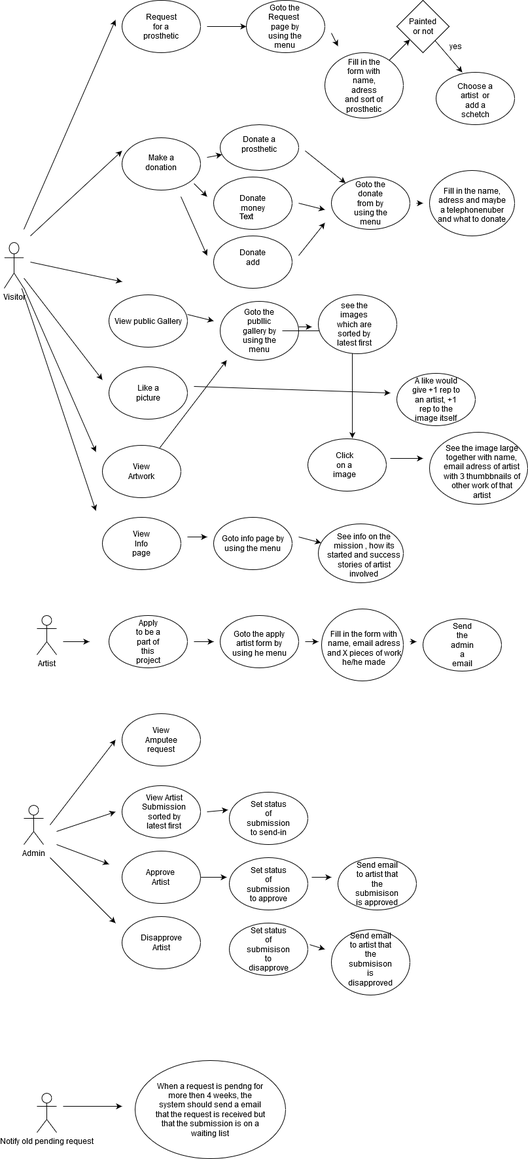
The draw.io diagram Documents/UseCasesWebsite.png in csinn/Painted-Prosthetics, before a commit. Source tidied: cells renumbered, new cells last; positions are measured from the earlier drawing's top-left corner, leaving out a move shared by most shapes.
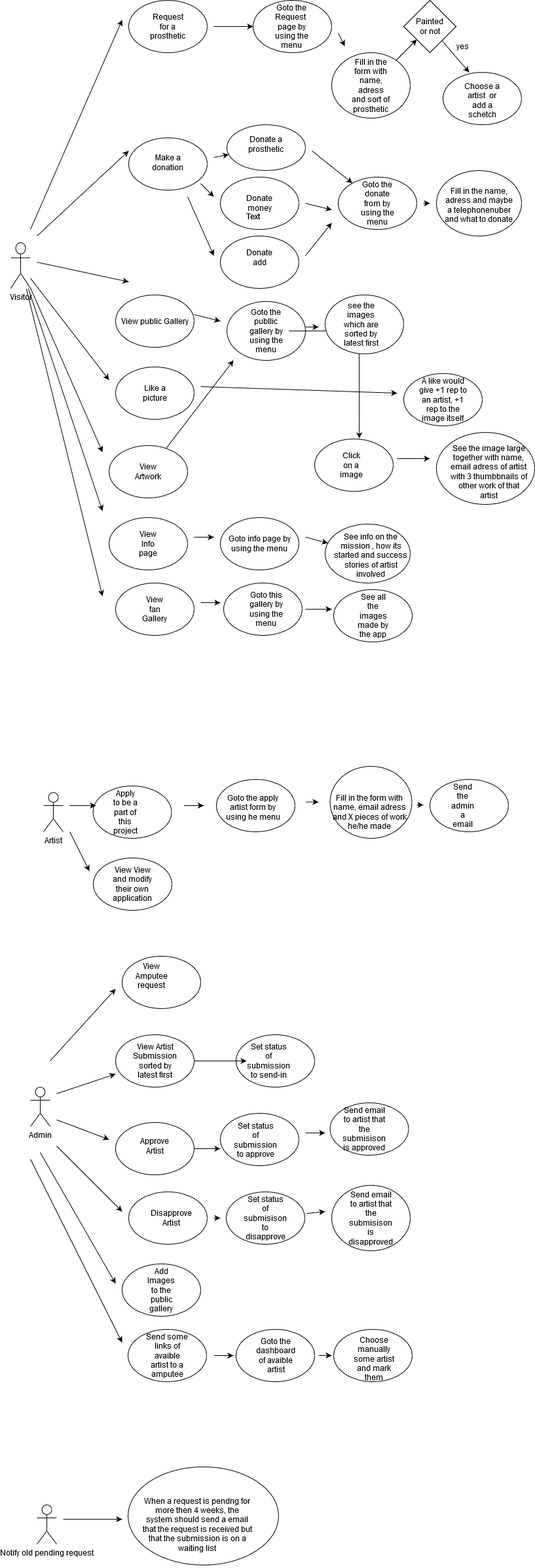
After the commit.

Commit message:
some changes requested by the review

What changed in the source:
```diff
@@ -267,171 +267,163 @@
       </mxGeometry>
     </mxCell>
     <mxCell id="72" value="&lt;div&gt;Artist&lt;/div&gt;&lt;div&gt;&lt;br&gt;&lt;/div&gt;" style="shape=umlActor;verticalLabelPosition=bottom;labelBackgroundColor=#ffffff;verticalAlign=top;html=1;" parent="1" vertex="1">
-      <mxGeometry x="50" y="940" width="30" height="60" as="geometry" />
+      <mxGeometry x="50" y="1210" width="30" height="60" as="geometry" />
     </mxCell>
     <mxCell id="73" style="ellipse;whiteSpace=wrap;html=1;" parent="1" vertex="1">
-      <mxGeometry x="160" y="940" width="120" height="80" as="geometry" />
+      <mxGeometry x="125.5" y="1200" width="120" height="80" as="geometry" />
     </mxCell>
     <mxCell id="74" value="&lt;div&gt;Apply to be a part of this project&lt;/div&gt;" style="text;html=1;strokeColor=none;fillColor=none;align=center;verticalAlign=middle;whiteSpace=wrap;rounded=0;" parent="1" vertex="1">
-      <mxGeometry x="200" y="970" width="40" height="20" as="geometry" />
+      <mxGeometry x="154.5" y="1230" width="40" height="20" as="geometry" />
     </mxCell>
     <mxCell id="75" style="ellipse;whiteSpace=wrap;html=1;" parent="1" vertex="1">
-      <mxGeometry x="330" y="940" width="120" height="80" as="geometry" />
+      <mxGeometry x="314" y="1190" width="120" height="80" as="geometry" />
     </mxCell>
     <mxCell id="76" value="&lt;div&gt;Goto the apply artist form by using he menu&lt;/div&gt;&lt;div&gt;&lt;br&gt;&lt;/div&gt;" style="text;html=1;strokeColor=none;fillColor=none;align=center;verticalAlign=middle;whiteSpace=wrap;rounded=0;" parent="1" vertex="1">
-      <mxGeometry x="345" y="980" width="90" height="20" as="geometry" />
+      <mxGeometry x="325" y="1230" width="90" height="20" as="geometry" />
     </mxCell>
     <mxCell id="77" style="endArrow=classic;html=1;" parent="1" edge="1">
       <mxGeometry relative="1" as="geometry">
-        <mxPoint x="290" y="980" as="sourcePoint" />
-        <mxPoint x="320" y="980" as="targetPoint" />
+        <mxPoint x="264.5" y="1230" as="sourcePoint" />
+        <mxPoint x="294.5" y="1230" as="targetPoint" />
       </mxGeometry>
     </mxCell>
     <mxCell id="78" style="ellipse;whiteSpace=wrap;html=1;" parent="1" vertex="1">
-      <mxGeometry x="485" y="930" width="125" height="110" as="geometry" />
+      <mxGeometry x="487.5" y="1170" width="125" height="110" as="geometry" />
     </mxCell>
     <mxCell id="79" value="Fill in the form with name, email adress and X pieces of work he/he made " style="text;html=1;strokeColor=none;fillColor=none;align=center;verticalAlign=middle;whiteSpace=wrap;rounded=0;" parent="1" vertex="1">
-      <mxGeometry x="490" y="980" width="120" height="20" as="geometry" />
+      <mxGeometry x="487.5" y="1230" width="120" height="20" as="geometry" />
     </mxCell>
     <mxCell id="80" style="endArrow=classic;html=1;" parent="1" edge="1">
       <mxGeometry relative="1" as="geometry">
-        <mxPoint x="460" y="980" as="sourcePoint" />
-        <mxPoint x="480" y="980" as="targetPoint" />
+        <mxPoint x="450" y="1224.5" as="sourcePoint" />
+        <mxPoint x="470" y="1224.5" as="targetPoint" />
       </mxGeometry>
     </mxCell>
     <mxCell id="81" style="ellipse;whiteSpace=wrap;html=1;" parent="1" vertex="1">
-      <mxGeometry x="640" y="945" width="120" height="80" as="geometry" />
+      <mxGeometry x="640" y="1190" width="120" height="80" as="geometry" />
     </mxCell>
     <mxCell id="82" value="Send the admin a email" style="text;html=1;strokeColor=none;fillColor=none;align=center;verticalAlign=middle;whiteSpace=wrap;rounded=0;" parent="1" vertex="1">
-      <mxGeometry x="680" y="975" width="40" height="20" as="geometry" />
+      <mxGeometry x="670" y="1220" width="40" height="20" as="geometry" />
     </mxCell>
-    <mxCell id="83" style="endArrow=classic;html=1;" parent="1" edge="1">
-      <mxGeometry relative="1" as="geometry">
-        <mxPoint x="620" y="980" as="sourcePoint" />
-        <mxPoint x="630" y="980" as="targetPoint" />
-      </mxGeometry>
-    </mxCell>
     <mxCell id="84" value="&lt;div&gt;Admin&lt;/div&gt;&lt;div&gt;&lt;br&gt;&lt;/div&gt;" style="shape=umlActor;verticalLabelPosition=bottom;labelBackgroundColor=#ffffff;verticalAlign=top;html=1;" parent="1" vertex="1">
-      <mxGeometry x="30" y="1230" width="30" height="60" as="geometry" />
+      <mxGeometry x="30" y="1660" width="30" height="60" as="geometry" />
     </mxCell>
     <mxCell id="85" style="ellipse;whiteSpace=wrap;html=1;" parent="1" vertex="1">
-      <mxGeometry x="180" y="1090" width="120" height="80" as="geometry" />
+      <mxGeometry x="170" y="1460" width="120" height="80" as="geometry" />
     </mxCell>
     <mxCell id="86" style="endArrow=classic;html=1;" parent="1" edge="1">
       <mxGeometry relative="1" as="geometry">
-        <mxPoint x="90" y="980" as="sourcePoint" />
-        <mxPoint x="130" y="980" as="targetPoint" />
+        <mxPoint x="90" y="1230" as="sourcePoint" />
+        <mxPoint x="130" y="1230" as="targetPoint" />
       </mxGeometry>
     </mxCell>
     <mxCell id="87" style="ellipse;whiteSpace=wrap;html=1;" parent="1" vertex="1">
-      <mxGeometry x="180" y="1200" width="120" height="80" as="geometry" />
+      <mxGeometry x="160" y="1580" width="120" height="80" as="geometry" />
     </mxCell>
     <mxCell id="88" style="ellipse;whiteSpace=wrap;html=1;" parent="1" vertex="1">
-      <mxGeometry x="180" y="1300" width="120" height="80" as="geometry" />
+      <mxGeometry x="160" y="1714" width="120" height="80" as="geometry" />
     </mxCell>
     <mxCell id="89" style="ellipse;whiteSpace=wrap;html=1;" parent="1" vertex="1">
-      <mxGeometry x="180" y="1400" width="120" height="80" as="geometry" />
+      <mxGeometry x="180" y="1820" width="120" height="80" as="geometry" />
     </mxCell>
     <mxCell id="90" style="endArrow=classic;html=1;" parent="1" edge="1">
       <mxGeometry relative="1" as="geometry">
-        <mxPoint x="70" y="1260" as="sourcePoint" />
-        <mxPoint x="170" y="1130" as="targetPoint" />
+        <mxPoint x="60" y="1620" as="sourcePoint" />
+        <mxPoint x="160" y="1510" as="targetPoint" />
       </mxGeometry>
     </mxCell>
     <mxCell id="91" value="View Amputee request" style="text;html=1;strokeColor=none;fillColor=none;align=center;verticalAlign=middle;whiteSpace=wrap;rounded=0;" parent="1" vertex="1">
-      <mxGeometry x="220" y="1120" width="40" height="20" as="geometry" />
+      <mxGeometry x="194.5" y="1480" width="40" height="20" as="geometry" />
     </mxCell>
     <mxCell id="92" value="&lt;div&gt;View Artist Submission sorted by latest first&lt;br&gt;&lt;/div&gt;" style="text;html=1;strokeColor=none;fillColor=none;align=center;verticalAlign=middle;whiteSpace=wrap;rounded=0;" parent="1" vertex="1">
-      <mxGeometry x="219" y="1230" width="51" height="20" as="geometry" />
+      <mxGeometry x="194.5" y="1610" width="51" height="20" as="geometry" />
     </mxCell>
     <mxCell id="93" style="endArrow=classic;html=1;" parent="1" edge="1">
       <mxGeometry relative="1" as="geometry">
-        <mxPoint x="80" y="1270" as="sourcePoint" />
-        <mxPoint x="170" y="1240" as="targetPoint" />
+        <mxPoint x="70" y="1670" as="sourcePoint" />
+        <mxPoint x="160" y="1640" as="targetPoint" />
       </mxGeometry>
     </mxCell>
     <mxCell id="94" style="ellipse;whiteSpace=wrap;html=1;" parent="1" vertex="1">
-      <mxGeometry x="344" y="1210" width="120" height="80" as="geometry" />
+      <mxGeometry x="344" y="1580" width="120" height="80" as="geometry" />
     </mxCell>
     <mxCell id="95" value="Set status of submission to send-in" style="text;html=1;strokeColor=none;fillColor=none;align=center;verticalAlign=middle;whiteSpace=wrap;rounded=0;" parent="1" vertex="1">
-      <mxGeometry x="384" y="1240" width="40" height="20" as="geometry" />
+      <mxGeometry x="374" y="1610" width="40" height="20" as="geometry" />
     </mxCell>
-    <mxCell id="96" style="endArrow=classic;html=1;entryX=-0.017;entryY=0.338;entryDx=0;entryDy=0;entryPerimeter=0;" parent="1" edge="1" target="94">
+    <mxCell id="96" style="endArrow=classic;html=1;exitX=1;exitY=0.5;exitDx=0;exitDy=0;" parent="1" edge="1" source="87">
       <mxGeometry relative="1" as="geometry">
-        <mxPoint x="310" y="1240" as="sourcePoint" />
+        <mxPoint x="360" y="1620" as="targetPoint" />
       </mxGeometry>
     </mxCell>
     <mxCell id="97" value="Approve Artist" style="text;html=1;strokeColor=none;fillColor=none;align=center;verticalAlign=middle;whiteSpace=wrap;rounded=0;" parent="1" vertex="1">
-      <mxGeometry x="219" y="1330" width="40" height="20" as="geometry" />
+      <mxGeometry x="200" y="1740" width="40" height="20" as="geometry" />
     </mxCell>
     <mxCell id="98" style="endArrow=classic;html=1;" parent="1" edge="1">
       <mxGeometry relative="1" as="geometry">
-        <mxPoint x="80" y="1290" as="sourcePoint" />
-        <mxPoint x="160" y="1320" as="targetPoint" />
+        <mxPoint x="70" y="1710" as="sourcePoint" />
+        <mxPoint x="150" y="1740" as="targetPoint" />
       </mxGeometry>
     </mxCell>
     <mxCell id="99" style="ellipse;whiteSpace=wrap;html=1;" parent="1" vertex="1">
-      <mxGeometry x="344" y="1310" width="120" height="80" as="geometry" />
+      <mxGeometry x="320" y="1700" width="120" height="80" as="geometry" />
     </mxCell>
     <mxCell id="100" value="Set status of submission to approve" style="text;html=1;strokeColor=none;fillColor=none;align=center;verticalAlign=middle;whiteSpace=wrap;rounded=0;" parent="1" vertex="1">
-      <mxGeometry x="384" y="1350" width="40" as="geometry" />
+      <mxGeometry x="354" y="1740" width="40" as="geometry" />
     </mxCell>
-    <mxCell id="101" style="endArrow=classic;html=1;exitX=1;exitY=0.5;exitDx=0;exitDy=0;" parent="1" edge="1" source="88">
-      <mxGeometry relative="1" as="geometry">
-        <mxPoint x="340" y="1340" as="targetPoint" />
-      </mxGeometry>
+    <mxCell id="101" style="endArrow=classic;html=1;exitX=1;exitY=0.5;exitDx=0;exitDy=0;entryX=0;entryY=0.675;entryDx=0;entryDy=0;entryPerimeter=0;" parent="1" edge="1" source="88" target="99">
+      <mxGeometry relative="1" as="geometry" />
     </mxCell>
     <mxCell id="102" style="ellipse;whiteSpace=wrap;html=1;" parent="1" vertex="1">
-      <mxGeometry x="510" y="1310" width="120" height="80" as="geometry" />
+      <mxGeometry x="487.5" y="1684" width="120" height="80" as="geometry" />
     </mxCell>
     <mxCell id="103" value="Send email to artist that the submisison is approved" style="text;html=1;strokeColor=none;fillColor=none;align=center;verticalAlign=middle;whiteSpace=wrap;rounded=0;" parent="1" vertex="1">
-      <mxGeometry x="550" y="1340" width="40" height="20" as="geometry" />
+      <mxGeometry x="520" y="1714" width="40" height="20" as="geometry" />
     </mxCell>
     <mxCell id="104" style="endArrow=classic;html=1;" parent="1" edge="1">
       <mxGeometry relative="1" as="geometry">
-        <mxPoint x="470" y="1340" as="sourcePoint" />
-        <mxPoint x="500" y="1340" as="targetPoint" />
+        <mxPoint x="450" y="1730" as="sourcePoint" />
+        <mxPoint x="480" y="1730" as="targetPoint" />
       </mxGeometry>
     </mxCell>
     <mxCell id="105" value="Disapprove Artist" style="text;html=1;strokeColor=none;fillColor=none;align=center;verticalAlign=middle;whiteSpace=wrap;rounded=0;" parent="1" vertex="1">
-      <mxGeometry x="220" y="1430" width="40" height="20" as="geometry" />
+      <mxGeometry x="224.5" y="1850" width="40" height="20" as="geometry" />
     </mxCell>
     <mxCell id="106" style="endArrow=classic;html=1;" parent="1" edge="1">
       <mxGeometry relative="1" as="geometry">
-        <mxPoint x="70" y="1310" as="sourcePoint" />
-        <mxPoint x="170" y="1410" as="targetPoint" />
+        <mxPoint x="70" y="1750" as="sourcePoint" />
+        <mxPoint x="170" y="1850" as="targetPoint" />
       </mxGeometry>
     </mxCell>
     <mxCell id="107" style="ellipse;whiteSpace=wrap;html=1;" parent="1" vertex="1">
-      <mxGeometry x="344" y="1410" width="120" height="80" as="geometry" />
+      <mxGeometry x="329" y="1820" width="120" height="80" as="geometry" />
     </mxCell>
     <mxCell id="108" value="&lt;div&gt;Set status of submisison to disapprove&lt;/div&gt;" style="text;html=1;strokeColor=none;fillColor=none;align=center;verticalAlign=middle;whiteSpace=wrap;rounded=0;" parent="1" vertex="1">
-      <mxGeometry x="384" y="1440" width="40" height="20" as="geometry" />
+      <mxGeometry x="369" y="1850" width="40" height="20" as="geometry" />
     </mxCell>
     <mxCell id="109" style="ellipse;whiteSpace=wrap;html=1;" parent="1" vertex="1">
-      <mxGeometry x="500" y="1420" width="120" height="100" as="geometry" />
+      <mxGeometry x="490" y="1810" width="120" height="100" as="geometry" />
     </mxCell>
     <mxCell id="110" value="Send email to artist that the submisison is disapproved" style="text;html=1;strokeColor=none;fillColor=none;align=center;verticalAlign=middle;whiteSpace=wrap;rounded=0;" parent="1" vertex="1">
-      <mxGeometry x="530" y="1460" width="60" height="10" as="geometry" />
+      <mxGeometry x="520" y="1855" width="60" height="10" as="geometry" />
     </mxCell>
     <mxCell id="111" style="endArrow=classic;html=1;exitX=1.025;exitY=0.413;exitDx=0;exitDy=0;exitPerimeter=0;" parent="1" edge="1" source="107">
       <mxGeometry relative="1" as="geometry">
-        <mxPoint x="490" y="1450" as="targetPoint" />
+        <mxPoint x="480" y="1850" as="targetPoint" />
       </mxGeometry>
     </mxCell>
     <mxCell id="112" value="&lt;div&gt;Notify old pending request&lt;/div&gt;&lt;div&gt;&lt;br&gt;&lt;/div&gt;" style="shape=umlActor;verticalLabelPosition=bottom;labelBackgroundColor=#ffffff;verticalAlign=top;html=1;" parent="1" vertex="1">
-      <mxGeometry x="50" y="1670" width="30" height="60" as="geometry" />
+      <mxGeometry x="40" y="2298" width="30" height="60" as="geometry" />
     </mxCell>
     <mxCell id="113" style="ellipse;whiteSpace=wrap;html=1;" parent="1" vertex="1">
-      <mxGeometry x="200" y="1620" width="230" height="150" as="geometry" />
+      <mxGeometry x="179" y="2240" width="230" height="150" as="geometry" />
     </mxCell>
     <mxCell id="114" value="&lt;div&gt;When a request is pendng for more then  4 weeks, the system should send a email that the request is received but that the submission is on a waiting list&lt;/div&gt;" style="text;html=1;strokeColor=none;fillColor=none;align=center;verticalAlign=middle;whiteSpace=wrap;rounded=0;" parent="1" vertex="1">
-      <mxGeometry x="230" y="1685" width="170" height="20" as="geometry" />
+      <mxGeometry x="200" y="2318" width="170" height="20" as="geometry" />
     </mxCell>
     <mxCell id="115" style="endArrow=classic;html=1;" parent="1" edge="1">
       <mxGeometry relative="1" as="geometry">
-        <mxPoint x="90" y="1690" as="sourcePoint" />
-        <mxPoint x="180" y="1690" as="targetPoint" />
+        <mxPoint x="80" y="2320" as="sourcePoint" />
+        <mxPoint x="170" y="2320" as="targetPoint" />
       </mxGeometry>
     </mxCell>
     <mxCell id="116" style="endArrow=classic;html=1;" parent="1" edge="1">
@@ -440,5 +432,112 @@
         <mxPoint x="310" y="390" as="targetPoint" />
       </mxGeometry>
     </mxCell>
+    <mxCell id="117" style="endArrow=classic;html=1;" parent="1" edge="1">
+      <mxGeometry relative="1" as="geometry">
+        <mxPoint x="620" y="1229" as="sourcePoint" />
+        <mxPoint x="630" y="1229" as="targetPoint" />
+      </mxGeometry>
+    </mxCell>
+    <mxCell id="118" style="ellipse;whiteSpace=wrap;html=1;" parent="1" vertex="1">
+      <mxGeometry x="160" y="890" width="120" height="80" as="geometry" />
+    </mxCell>
+    <mxCell id="119" value="&lt;div&gt;View fan Gallery&lt;/div&gt;" style="text;html=1;strokeColor=none;fillColor=none;align=center;verticalAlign=middle;whiteSpace=wrap;rounded=0;" parent="1" vertex="1">
+      <mxGeometry x="200" y="920" width="40" height="20" as="geometry" />
+    </mxCell>
+    <mxCell id="120" style="endArrow=classic;html=1;" parent="1" edge="1" source="2">
+      <mxGeometry relative="1" as="geometry">
+        <mxPoint x="140" y="910" as="targetPoint" />
+      </mxGeometry>
+    </mxCell>
+    <mxCell id="121" style="ellipse;whiteSpace=wrap;html=1;" parent="1" vertex="1">
+      <mxGeometry x="325" y="890" width="120" height="80" as="geometry" />
+    </mxCell>
+    <mxCell id="122" value="Goto this gallery by using the menu" style="text;html=1;strokeColor=none;fillColor=none;align=center;verticalAlign=middle;whiteSpace=wrap;rounded=0;" parent="1" vertex="1">
+      <mxGeometry x="360" y="920" width="60" height="20" as="geometry" />
+    </mxCell>
+    <mxCell id="123" style="endArrow=classic;html=1;" parent="1" edge="1">
+      <mxGeometry relative="1" as="geometry">
+        <mxPoint x="290" y="920" as="sourcePoint" />
+        <mxPoint x="320" y="920" as="targetPoint" />
+      </mxGeometry>
+    </mxCell>
+    <mxCell id="124" style="ellipse;whiteSpace=wrap;html=1;" parent="1" vertex="1">
+      <mxGeometry x="493" y="900" width="120" height="80" as="geometry" />
+    </mxCell>
+    <mxCell id="125" value="See all the images made by the app" style="text;html=1;strokeColor=none;fillColor=none;align=center;verticalAlign=middle;whiteSpace=wrap;rounded=0;" parent="1" vertex="1">
+      <mxGeometry x="524.5" y="930" width="57" height="20" as="geometry" />
+    </mxCell>
+    <mxCell id="126" style="endArrow=classic;html=1;" parent="1" edge="1">
+      <mxGeometry relative="1" as="geometry">
+        <mxPoint x="450" y="930" as="sourcePoint" />
+        <mxPoint x="490" y="930" as="targetPoint" />
+      </mxGeometry>
+    </mxCell>
+    <mxCell id="127" style="ellipse;whiteSpace=wrap;html=1;" parent="1" vertex="1">
+      <mxGeometry x="126" y="1310" width="120" height="80" as="geometry" />
+    </mxCell>
+    <mxCell id="128" value="View View and modify their own application" style="text;html=1;strokeColor=none;fillColor=none;align=center;verticalAlign=middle;whiteSpace=wrap;rounded=0;" parent="1" vertex="1">
+      <mxGeometry x="166" y="1340" width="40" height="20" as="geometry" />
+    </mxCell>
+    <mxCell id="129" style="endArrow=classic;html=1;" parent="1" edge="1">
+      <mxGeometry relative="1" as="geometry">
+        <mxPoint x="90" y="1270" as="sourcePoint" />
+        <mxPoint x="120" y="1330" as="targetPoint" />
+      </mxGeometry>
+    </mxCell>
+    <mxCell id="130" style="ellipse;whiteSpace=wrap;html=1;" parent="1" vertex="1">
+      <mxGeometry x="170" y="1930" width="120" height="80" as="geometry" />
+    </mxCell>
+    <mxCell id="131" value="Add Images to the public gallery" style="text;html=1;strokeColor=none;fillColor=none;align=center;verticalAlign=middle;whiteSpace=wrap;rounded=0;" parent="1" vertex="1">
+      <mxGeometry x="210" y="1960" width="40" height="20" as="geometry" />
+    </mxCell>
+    <mxCell id="132" style="endArrow=classic;html=1;" parent="1" edge="1">
+      <mxGeometry relative="1" as="geometry">
+        <mxPoint x="45" y="1760" as="sourcePoint" />
+        <mxPoint x="160" y="1960" as="targetPoint" />
+      </mxGeometry>
+    </mxCell>
+    <mxCell id="133" style="endArrow=classic;html=1;" parent="1" edge="1">
+      <mxGeometry relative="1" as="geometry">
+        <mxPoint x="310" y="1860" as="sourcePoint" />
+        <mxPoint x="320" y="1860" as="targetPoint" />
+      </mxGeometry>
+    </mxCell>
+    <mxCell id="134" style="ellipse;whiteSpace=wrap;html=1;" parent="1" vertex="1">
+      <mxGeometry x="179" y="2030" width="120" height="80" as="geometry" />
+    </mxCell>
+    <mxCell id="135" value="Send some links of avaible artist to a amputee" style="text;html=1;strokeColor=none;fillColor=none;align=center;verticalAlign=middle;whiteSpace=wrap;rounded=0;" parent="1" vertex="1">
+      <mxGeometry x="204" y="2060" width="70" height="20" as="geometry" />
+    </mxCell>
+    <mxCell id="136" style="endArrow=classic;html=1;" parent="1" edge="1">
+      <mxGeometry relative="1" as="geometry">
+        <mxPoint x="30" y="1770" as="sourcePoint" />
+        <mxPoint x="170" y="2050" as="targetPoint" />
+      </mxGeometry>
+    </mxCell>
+    <mxCell id="137" style="ellipse;whiteSpace=wrap;html=1;" parent="1" vertex="1">
+      <mxGeometry x="344" y="2030" width="120" height="80" as="geometry" />
+    </mxCell>
+    <mxCell id="138" value="Goto the dashboard of avaible artist" style="text;html=1;strokeColor=none;fillColor=none;align=center;verticalAlign=middle;whiteSpace=wrap;rounded=0;" parent="1" vertex="1">
+      <mxGeometry x="385" y="2060" width="40" height="20" as="geometry" />
+    </mxCell>
+    <mxCell id="139" style="endArrow=classic;html=1;" parent="1" edge="1">
+      <mxGeometry relative="1" as="geometry">
+        <mxPoint x="310" y="2070" as="sourcePoint" />
+        <mxPoint x="340" y="2070" as="targetPoint" />
+      </mxGeometry>
+    </mxCell>
+    <mxCell id="140" style="ellipse;whiteSpace=wrap;html=1;" parent="1" vertex="1">
+      <mxGeometry x="493" y="2030" width="120" height="80" as="geometry" />
+    </mxCell>
+    <mxCell id="141" value="Choose manually some artist and mark them" style="text;html=1;strokeColor=none;fillColor=none;align=center;verticalAlign=middle;whiteSpace=wrap;rounded=0;" parent="1" vertex="1">
+      <mxGeometry x="520" y="2060" width="70" height="30" as="geometry" />
+    </mxCell>
+    <mxCell id="142" style="endArrow=classic;html=1;" parent="1" edge="1">
+      <mxGeometry relative="1" as="geometry">
+        <mxPoint x="470" y="2070" as="sourcePoint" />
+        <mxPoint x="490" y="2070" as="targetPoint" />
+      </mxGeometry>
+    </mxCell>
   </root>
 </mxGraphModel>
```
